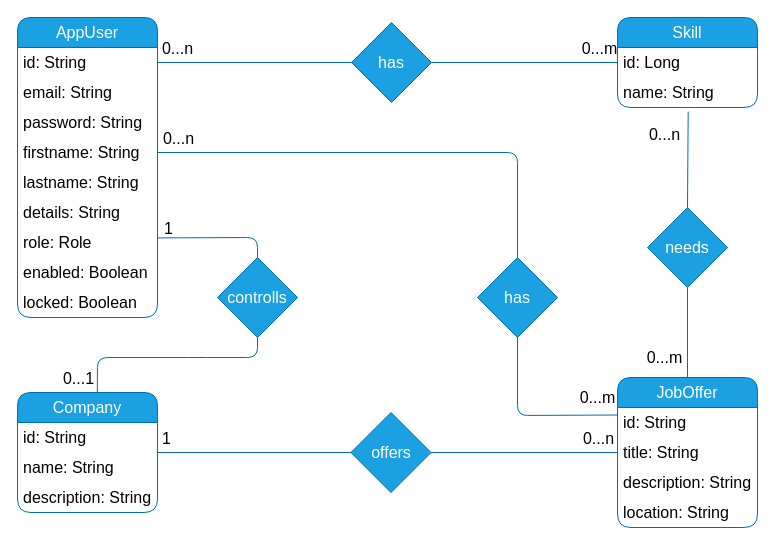
tnutzmann/JeeBewerbungsTool keeps this draw.io diagram as page "ERM" (1 of 3) of presentations/ERM.drawio. Above is the earlier version. Source tidied: cells renumbered, new cells numbered last; positions are measured from the earlier drawing's top-left corner, leaving out a move shared by most shapes. Both pictures are drawn from the tidied source at 100%, with x=0, y=0 at pixel (17, 17).
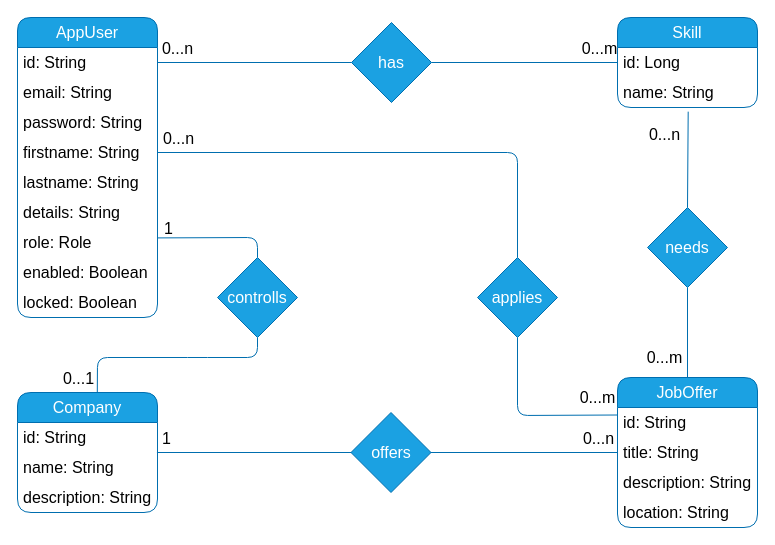
Above is the later version.

What changed in the source:
```diff
@@
-    <mxCell id="46" value="has" style="rhombus;whiteSpace=wrap;html=1;rounded=0;shadow=0;glass=0;strokeColor=#006EAF;fontColor=#ffffff;fillColor=#1ba1e2;fontSize=16;" parent="1" vertex="1">
+    <mxCell id="46" value="applies" style="rhombus;whiteSpace=wrap;html=1;rounded=0;shadow=0;glass=0;strokeColor=#006EAF;fontColor=#ffffff;fillColor=#1ba1e2;fontSize=16;" parent="1" vertex="1">
       <mxGeometry x="460" y="240" width="80" height="80" as="geometry" />
     </mxCell>
```
